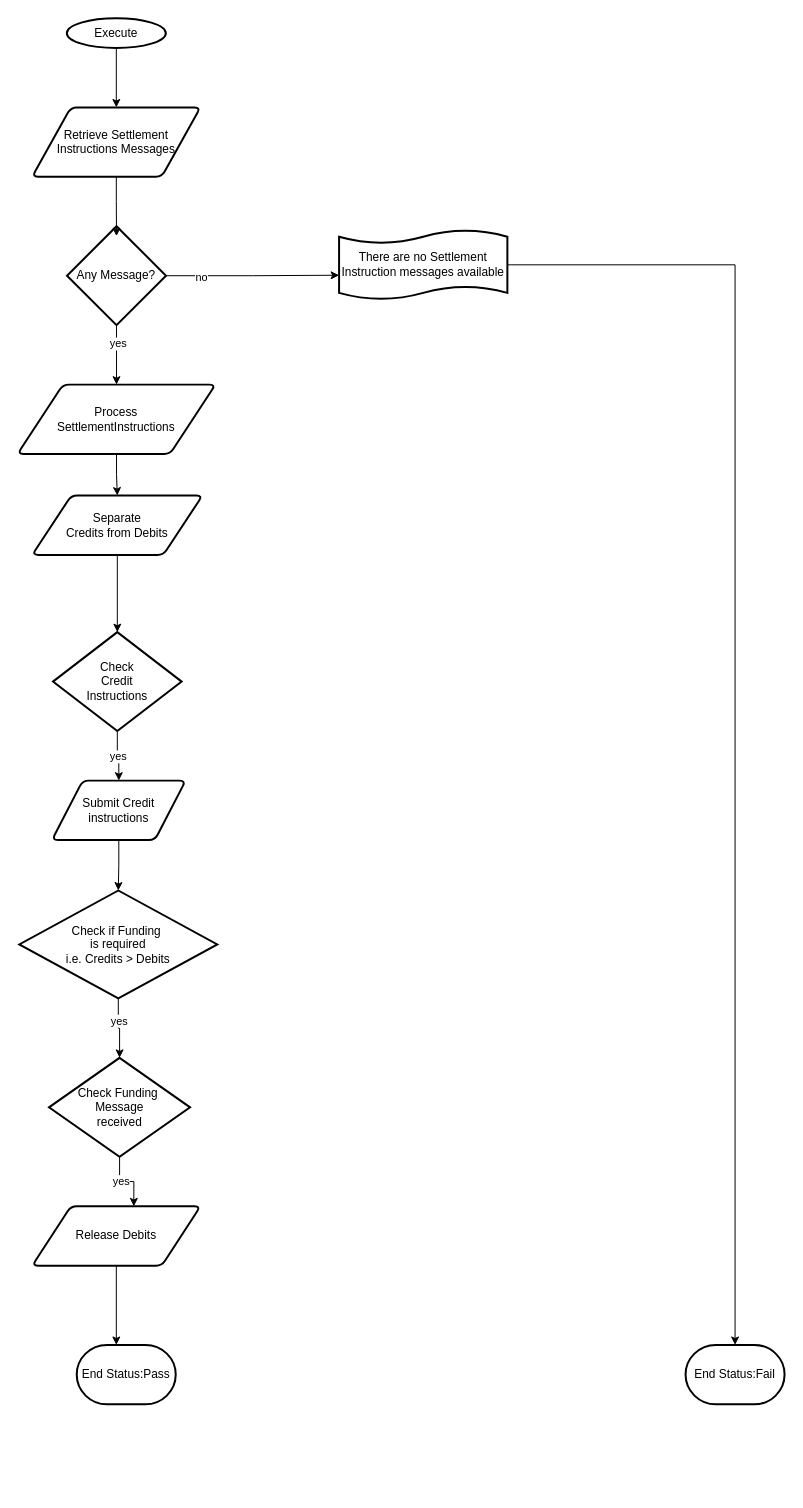
The draw.io diagram SettlementInstructions.drawio in ByMadiba/Sandbox, before the edit. Source tidied: cells renumbered, new cells numbered last; positions are measured from the earlier drawing's top-left corner, leaving out a move shared by most shapes. Both pictures are drawn from the tidied source at 99%, with x=0, y=0 at pixel (17, 18).
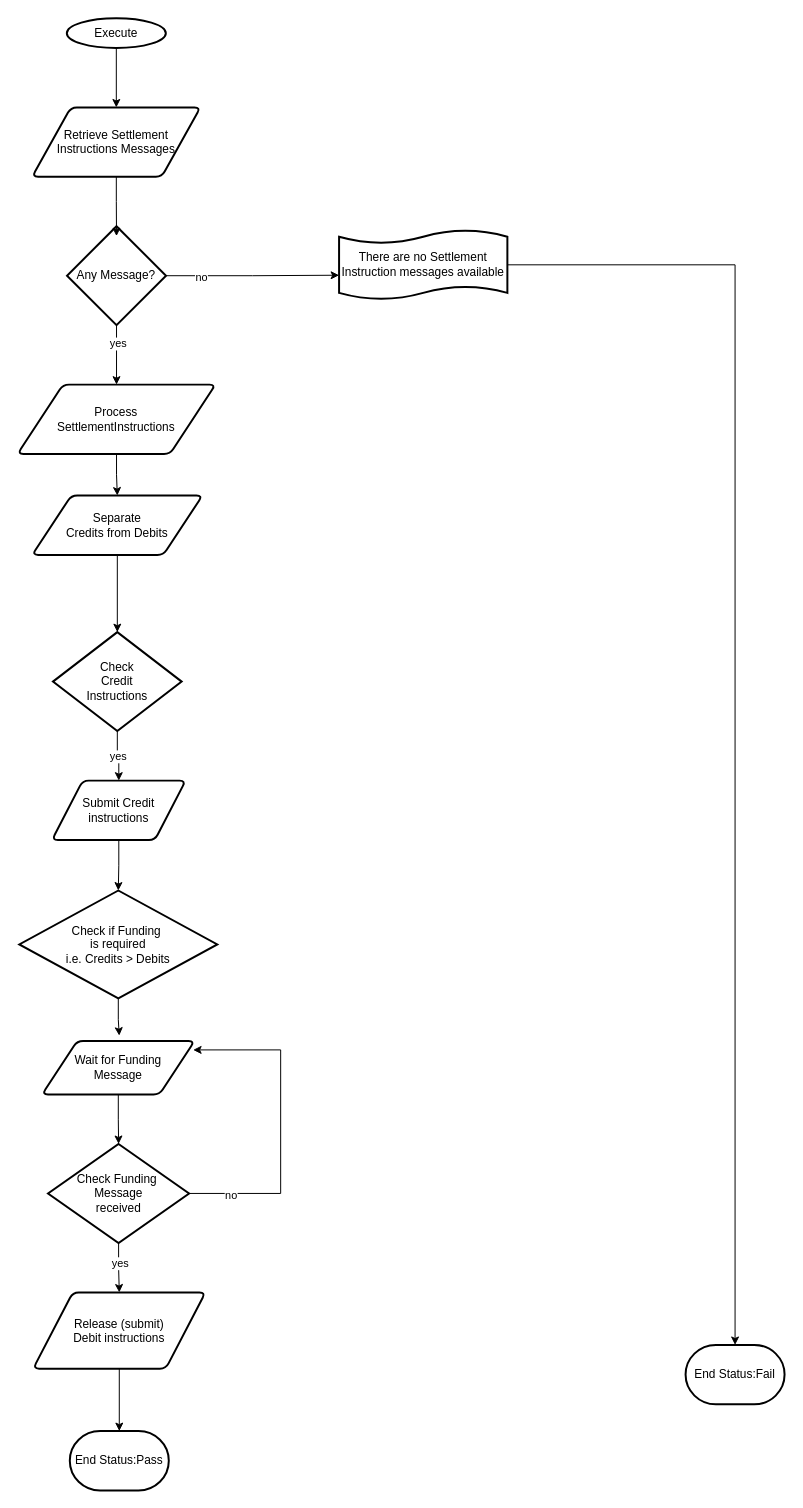
Above is the later version.

Unchanged cells that the change refers to:
```xml
<mxCell id="22" value="Check if Funding&amp;nbsp;&lt;br&gt;is required&lt;br&gt;i.e. Credits &amp;gt; Debits" style="strokeWidth=2;html=1;shape=mxgraph.flowchart.decision;whiteSpace=wrap;" parent="1" vertex="1">
  <mxGeometry x="2" y="881" width="200" height="109" as="geometry" />
</mxCell>
```

The edit, as a diff of the source:
```diff
@@
-    <mxCell id="20" style="edgeStyle=orthogonalEdgeStyle;rounded=0;jettySize=auto;html=1;" parent="1" edge="1" source="22" target="23">
-      <mxGeometry relative="1" as="geometry" />
-    </mxCell>
-    <mxCell id="21" value="yes" style="edgeLabel;html=1;align=center;verticalAlign=middle;" parent="20" vertex="1">
-      <mxGeometry x="-0.28" relative="1" as="geometry" />
-    </mxCell>
@@
+    <mxCell id="25" style="edgeStyle=orthogonalEdgeStyle;rounded=0;jettySize=auto;html=1;" parent="1" edge="1" source="23" target="24">
+      <mxGeometry relative="1" as="geometry" />
+    </mxCell>
+    <mxCell id="32" value="yes" style="edgeLabel;html=1;align=center;verticalAlign=middle;" parent="25" vertex="1">
+      <mxGeometry x="-0.2" y="1" relative="1" as="geometry" />
+    </mxCell>
+    <mxCell id="33" style="edgeStyle=orthogonalEdgeStyle;rounded=0;jettySize=auto;html=1;entryX=0.991;entryY=0.167;entryDx=0;entryDy=0;entryPerimeter=0;" parent="1" edge="1" source="23" target="36">
+      <mxGeometry relative="1" as="geometry">
+        <Array as="points">
+          <mxPoint x="266" y="1187" />
+          <mxPoint x="266" y="1042" />
+        </Array>
+      </mxGeometry>
+    </mxCell>
+    <mxCell id="34" value="no" style="edgeLabel;html=1;align=center;verticalAlign=middle;" parent="33" vertex="1">
+      <mxGeometry x="-0.74" y="-1" relative="1" as="geometry" />
+    </mxCell>
     <mxCell id="23" value="Check Funding&amp;nbsp;&lt;br&gt;Message&lt;br&gt;received" style="strokeWidth=2;html=1;shape=mxgraph.flowchart.decision;whiteSpace=wrap;" parent="1" vertex="1">
-      <mxGeometry x="32" y="1050" width="142.5" height="100" as="geometry" />
+      <mxGeometry x="31" y="1137" width="142.5" height="100" as="geometry" />
     </mxCell>
+    <mxCell id="28" style="edgeStyle=orthogonalEdgeStyle;rounded=0;jettySize=auto;html=1;" parent="1" edge="1" source="24" target="27">
+      <mxGeometry relative="1" as="geometry" />
+    </mxCell>
-    <mxCell id="24" value="Release Debits" style="shape=parallelogram;html=1;strokeWidth=2;perimeter=parallelogramPerimeter;whiteSpace=wrap;rounded=1;arcSize=12;size=0.23;" parent="1" vertex="1">
-      <mxGeometry x="15" y="1200" width="170" height="60" as="geometry" />
+    <mxCell id="24" value="Release (submit)&lt;br&gt;Debit instructions" style="shape=parallelogram;html=1;strokeWidth=2;perimeter=parallelogramPerimeter;whiteSpace=wrap;rounded=1;arcSize=12;size=0.23;" parent="1" vertex="1">
+      <mxGeometry x="16" y="1287" width="174" height="77" as="geometry" />
     </mxCell>
-    <mxCell id="25" style="edgeStyle=orthogonalEdgeStyle;rounded=0;jettySize=auto;html=1;entryX=0.604;entryY=0;entryDx=0;entryDy=0;entryPerimeter=0;" parent="1" edge="1" source="23" target="24">
-      <mxGeometry relative="1" as="geometry" />
-    </mxCell>
-    <mxCell id="26" value="yes" style="edgeLabel;html=1;align=center;verticalAlign=middle;" parent="25" vertex="1">
-      <mxGeometry x="-0.26" y="1" relative="1" as="geometry" />
-    </mxCell>
     <mxCell id="27" value="End Status:Pass" style="strokeWidth=2;html=1;shape=mxgraph.flowchart.terminator;whiteSpace=wrap;" parent="1" vertex="1">
-      <mxGeometry x="60" y="1340" width="100" height="60" as="geometry" />
+      <mxGeometry x="53" y="1427" width="100" height="60" as="geometry" />
     </mxCell>
-    <mxCell id="28" style="edgeStyle=orthogonalEdgeStyle;rounded=0;jettySize=auto;html=1;entryX=0.4;entryY=0;entryDx=0;entryDy=0;entryPerimeter=0;" parent="1" edge="1" source="24" target="27">
-      <mxGeometry relative="1" as="geometry" />
-    </mxCell>
@@
+    <mxCell id="35" style="edgeStyle=orthogonalEdgeStyle;rounded=0;jettySize=auto;html=1;" parent="1" edge="1" source="36" target="23">
+      <mxGeometry relative="1" as="geometry" />
+    </mxCell>
+    <mxCell id="36" value="Wait for Funding &lt;br&gt;Message" style="shape=parallelogram;html=1;strokeWidth=2;perimeter=parallelogramPerimeter;whiteSpace=wrap;rounded=1;arcSize=12;size=0.23;" parent="1" vertex="1">
+      <mxGeometry x="25" y="1033" width="154" height="54" as="geometry" />
+    </mxCell>
+    <mxCell id="37" style="edgeStyle=orthogonalEdgeStyle;rounded=0;jettySize=auto;html=1;entryX=0.506;entryY=-0.1;entryDx=0;entryDy=0;entryPerimeter=0;" parent="1" edge="1" source="22" target="36">
+      <mxGeometry relative="1" as="geometry" />
+    </mxCell>
```
